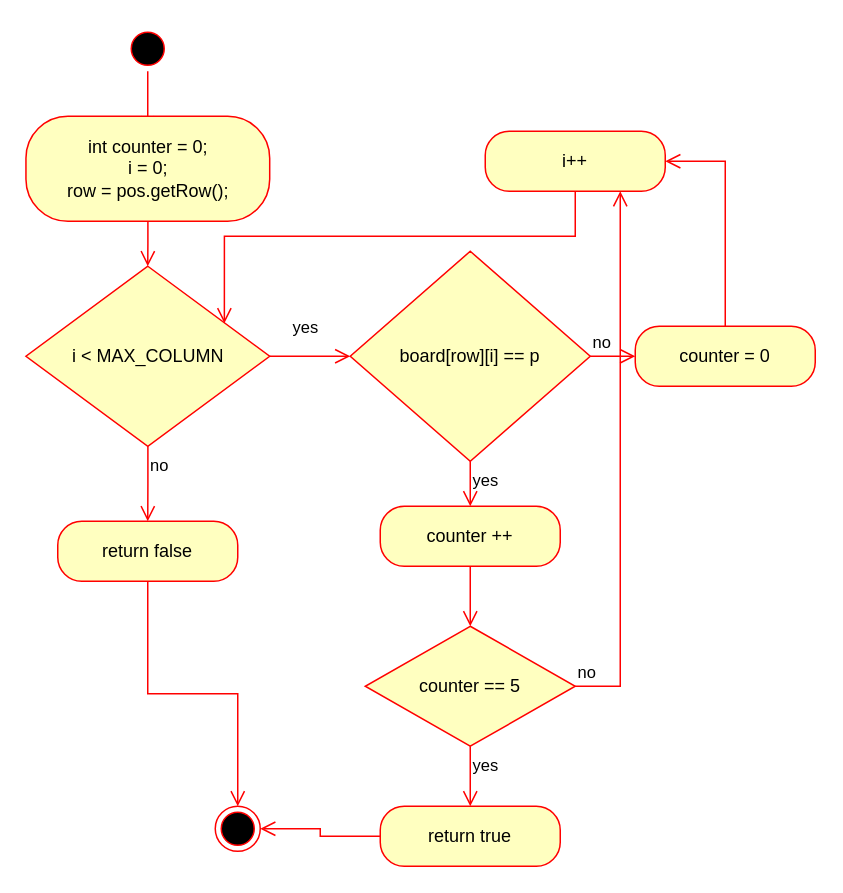
Before: DRAW_IO/checkHorizWin_AD.drawio in c-tollison/extendedConnectX, a draw.io diagram. Source tidied: cells renumbered, new cells numbered last; positions are measured from the earlier drawing's top-left corner, leaving out a move shared by most shapes. Both pictures are drawn from the tidied source at 150%, with x=0, y=0 at pixel (26, 26).
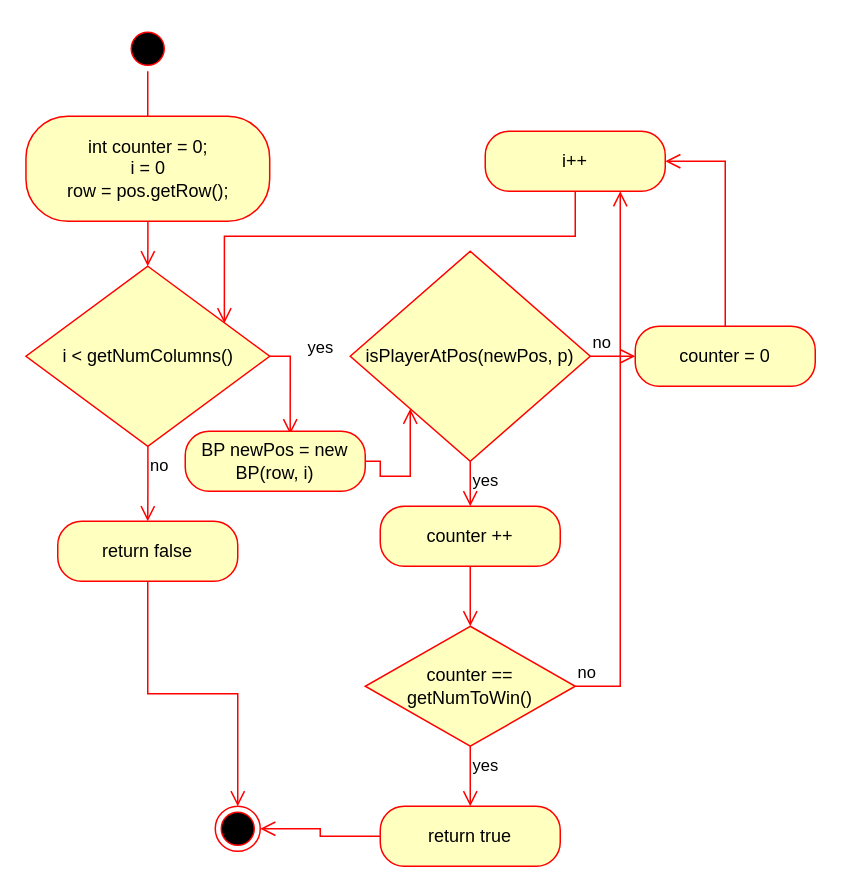
After the change.

The edit, as a diff of the source:
```diff
@@
-    <mxCell id="4" value="int counter = 0;&lt;br&gt;i = 0;&lt;br&gt;row = pos.getRow();" style="rounded=1;whiteSpace=wrap;html=1;arcSize=40;fontColor=#000000;fillColor=#ffffc0;strokeColor=#ff0000;" parent="1" vertex="1">
+    <mxCell id="4" value="int counter = 0;&lt;br&gt;i = 0&lt;br&gt;row = pos.getRow();" style="rounded=1;whiteSpace=wrap;html=1;arcSize=40;fontColor=#000000;fillColor=#ffffc0;strokeColor=#ff0000;" parent="1" vertex="1">
       <mxGeometry x="-0.2" y="60" width="162.5" height="70" as="geometry" />
     </mxCell>
@@
-    <mxCell id="6" value="i &amp;lt; MAX_COLUMN" style="rhombus;whiteSpace=wrap;html=1;fillColor=#ffffc0;strokeColor=#ff0000;" parent="1" vertex="1">
+    <mxCell id="6" value="i &amp;lt; getNumColumns()" style="rhombus;whiteSpace=wrap;html=1;fillColor=#ffffc0;strokeColor=#ff0000;" parent="1" vertex="1">
       <mxGeometry x="-0.2" y="160" width="162.5" height="120" as="geometry" />
     </mxCell>
-    <mxCell id="7" value="yes" style="edgeStyle=orthogonalEdgeStyle;html=1;align=left;verticalAlign=bottom;endArrow=open;endSize=8;strokeColor=#ff0000;rounded=0;" parent="1" edge="1" source="6">
+    <mxCell id="7" value="yes" style="edgeStyle=orthogonalEdgeStyle;html=1;align=left;verticalAlign=bottom;endArrow=open;endSize=8;strokeColor=#ff0000;rounded=0;entryX=0.583;entryY=0.05;entryDx=0;entryDy=0;entryPerimeter=0;" parent="1" edge="1" source="6" target="26">
       <mxGeometry x="-0.49" y="10" relative="1" as="geometry">
-        <mxPoint x="216" y="220" as="targetPoint" />
         <Array as="points">
-          <mxPoint x="206" y="220" />
+          <mxPoint x="176" y="220" />
         </Array>
       </mxGeometry>
     </mxCell>
@@
-    <mxCell id="9" value="board[row][i] == p" style="rhombus;whiteSpace=wrap;html=1;fillColor=#ffffc0;strokeColor=#ff0000;" parent="1" vertex="1">
+    <mxCell id="9" value="isPlayerAtPos(newPos, p)" style="rhombus;whiteSpace=wrap;html=1;fillColor=#ffffc0;strokeColor=#ff0000;" parent="1" vertex="1">
       <mxGeometry x="216" y="150" width="160" height="140" as="geometry" />
     </mxCell>
@@
-    <mxCell id="18" value="counter == 5" style="rhombus;whiteSpace=wrap;html=1;fillColor=#ffffc0;strokeColor=#ff0000;" parent="1" vertex="1">
+    <mxCell id="18" value="counter == getNumToWin()" style="rhombus;whiteSpace=wrap;html=1;fillColor=#ffffc0;strokeColor=#ff0000;" parent="1" vertex="1">
       <mxGeometry x="226" y="400" width="140" height="80" as="geometry" />
     </mxCell>
@@
+    <mxCell id="26" value="BP newPos = new BP(row, i)" style="rounded=1;whiteSpace=wrap;html=1;arcSize=40;fontColor=#000000;fillColor=#ffffc0;strokeColor=#ff0000;" parent="1" vertex="1">
+      <mxGeometry x="106" y="270" width="120" height="40" as="geometry" />
+    </mxCell>
+    <mxCell id="27" style="edgeStyle=orthogonalEdgeStyle;html=1;verticalAlign=bottom;endArrow=open;endSize=8;strokeColor=#ff0000;rounded=0;entryX=0;entryY=1;entryDx=0;entryDy=0;" parent="1" edge="1" source="26" target="9">
+      <mxGeometry relative="1" as="geometry">
+        <Array as="points">
+          <mxPoint x="236" y="290" />
+          <mxPoint x="236" y="300" />
+          <mxPoint x="256" y="300" />
+        </Array>
+      </mxGeometry>
+    </mxCell>
```
